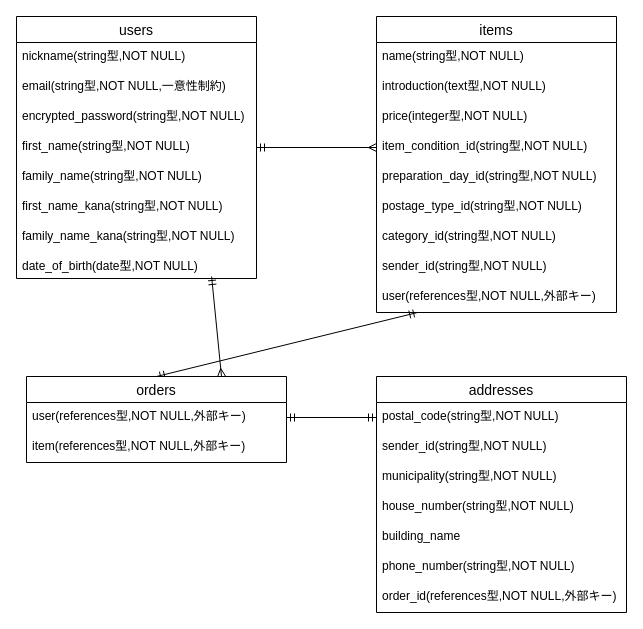
Earlier version of the draw.io diagram test.dio (1984tatsuya0610/furima-38480). Source tidied: cells renumbered, new cells numbered last; positions are measured from the earlier drawing's top-left corner, leaving out a move shared by most shapes. Both pictures are drawn from the tidied source at 100%, with x=0, y=0 at pixel (16, 16).
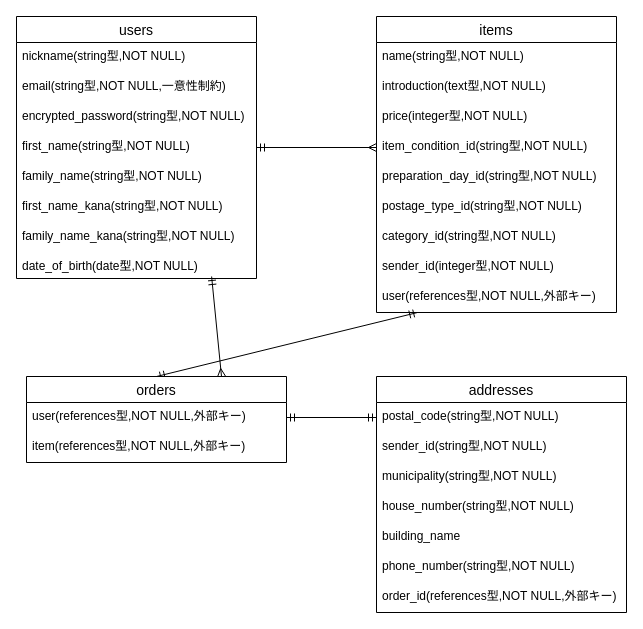
Above is the later version.

Commit message (it also covers changes not shown here):
データベース設計その７

The change refers to these unchanged cells:
```xml
<mxCell id="11" value="items" style="swimlane;fontStyle=0;horizontal=1;startSize=26;align=center;fontSize=14;" parent="1" vertex="1">
  <mxGeometry x="360" width="240" height="296" as="geometry" />
</mxCell>
```

The edit, as a diff of the source:
```diff
@@
-    <mxCell id="19" value="sender_id(string型,NOT NULL)" style="text;strokeColor=none;fillColor=none;spacingLeft=4;spacingRight=4;overflow=hidden;fontSize=12;" parent="11" vertex="1">
+    <mxCell id="19" value="sender_id(integer型,NOT NULL)" style="text;strokeColor=none;fillColor=none;spacingLeft=4;spacingRight=4;overflow=hidden;fontSize=12;" parent="11" vertex="1">
       <mxGeometry y="236" width="240" height="30" as="geometry" />
     </mxCell>
```
